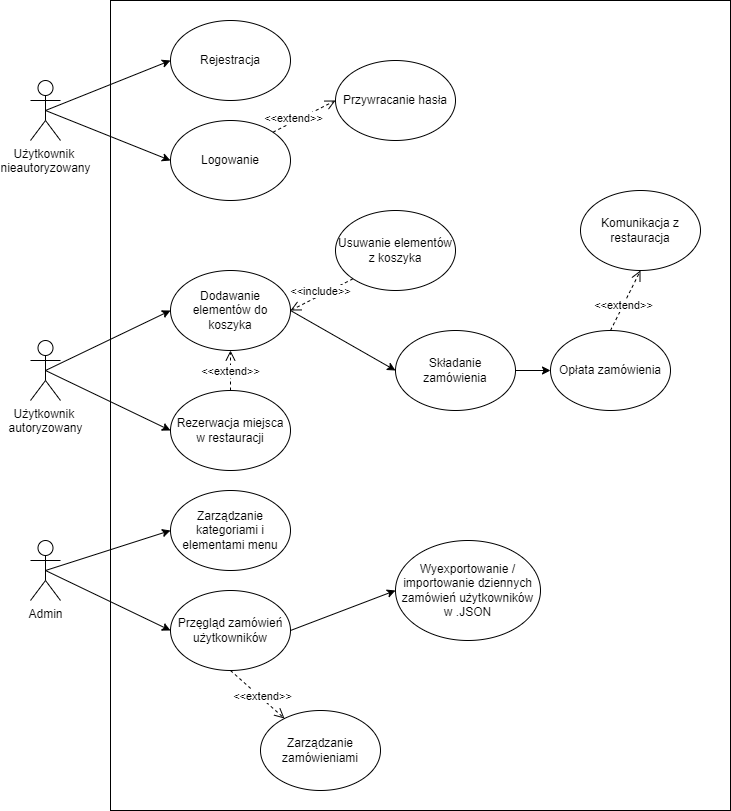
Earlier version of the draw.io export Diagrams/diagram przypadkow uzycia.drawio.png (yurii-shchehliuk/ECommerce-Restaurant). Source tidied: cells renumbered, new cells last; positions are measured from the earlier drawing's top-left corner, leaving out a move shared by most shapes.
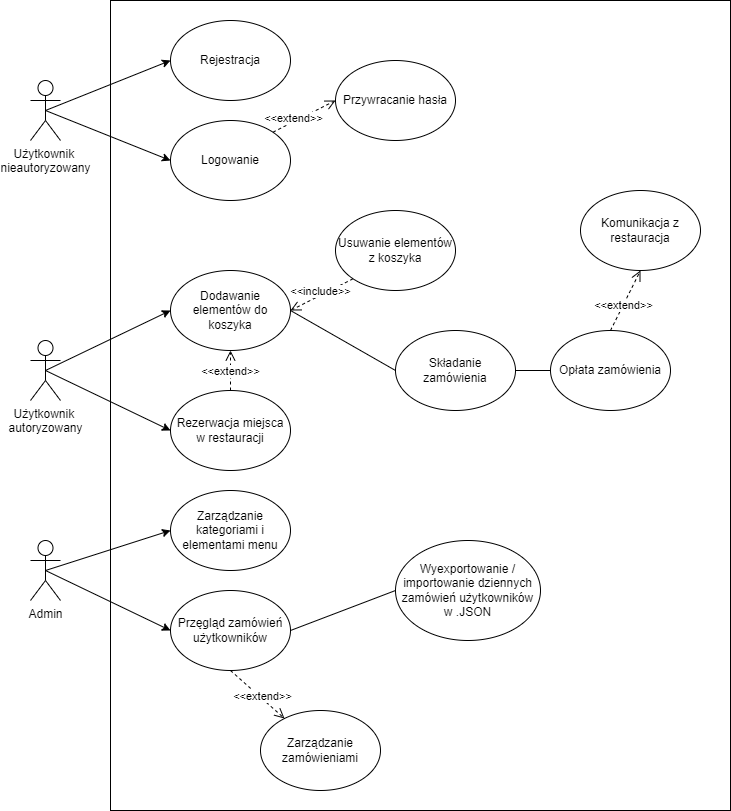
Later version of the same file.

Diff of the diagram source:
```diff
@@ -17,7 +17,7 @@
     <mxCell id="6" value="Dodawanie elementów do koszyka" style="ellipse;whiteSpace=wrap;html=1;" parent="1" vertex="1">
       <mxGeometry x="140" y="270" width="120" height="80" as="geometry" />
     </mxCell>
-    <mxCell id="7" style="edgeStyle=orthogonalEdgeStyle;rounded=0;jettySize=auto;html=1;entryX=0;entryY=0.5;entryDx=0;entryDy=0;" parent="1" edge="1" source="8" target="14">
+    <mxCell id="7" style="endArrow=none;html=1;rounded=0;exitX=1;exitY=0.5;exitDx=0;exitDy=0;entryX=0;entryY=0.5;entryDx=0;entryDy=0;" parent="1" edge="1" source="8" target="14">
       <mxGeometry relative="1" as="geometry" />
     </mxCell>
     <mxCell id="8" value="Składanie zamówienia" style="ellipse;whiteSpace=wrap;html=1;" parent="1" vertex="1">
@@ -80,7 +80,7 @@
     <mxCell id="27" style="endArrow=classic;html=1;rounded=0;exitX=0.5;exitY=0.5;exitDx=0;exitDy=0;exitPerimeter=0;entryX=0;entryY=0.5;entryDx=0;entryDy=0;" parent="1" edge="1" source="2" target="4">
       <mxGeometry relative="1" as="geometry" />
     </mxCell>
-    <mxCell id="28" style="endArrow=classic;html=1;rounded=0;exitX=1;exitY=0.5;exitDx=0;exitDy=0;entryX=0;entryY=0.5;entryDx=0;entryDy=0;" parent="1" edge="1" source="6" target="8">
+    <mxCell id="28" style="endArrow=none;html=1;rounded=0;exitX=1;exitY=0.5;exitDx=0;exitDy=0;entryX=0;entryY=0.5;entryDx=0;entryDy=0;" parent="1" edge="1" source="6" target="8">
       <mxGeometry relative="1" as="geometry" />
     </mxCell>
     <mxCell id="29" style="endArrow=classic;html=1;rounded=0;exitX=0.5;exitY=0.5;exitDx=0;exitDy=0;exitPerimeter=0;entryX=0;entryY=0.5;entryDx=0;entryDy=0;" parent="1" edge="1" source="9" target="17">
@@ -92,7 +92,7 @@
     <mxCell id="31" value="&amp;lt;&amp;lt;extend&amp;gt;&amp;gt;" style="html=1;verticalAlign=bottom;endArrow=open;dashed=1;endSize=8;rounded=0;exitX=0.5;exitY=1;exitDx=0;exitDy=0;" parent="1" edge="1" source="18" target="20">
       <mxGeometry x="0.3" y="-5" relative="1" as="geometry" />
     </mxCell>
-    <mxCell id="32" style="endArrow=classic;html=1;rounded=0;exitX=1;exitY=0.5;exitDx=0;exitDy=0;entryX=0;entryY=0.5;entryDx=0;entryDy=0;" parent="1" edge="1" source="18" target="19">
+    <mxCell id="32" style="endArrow=none;html=1;rounded=0;exitX=1;exitY=0.5;exitDx=0;exitDy=0;entryX=0;entryY=0.5;entryDx=0;entryDy=0;" parent="1" edge="1" source="18" target="19">
       <mxGeometry relative="1" as="geometry" />
     </mxCell>
   </root>
```
